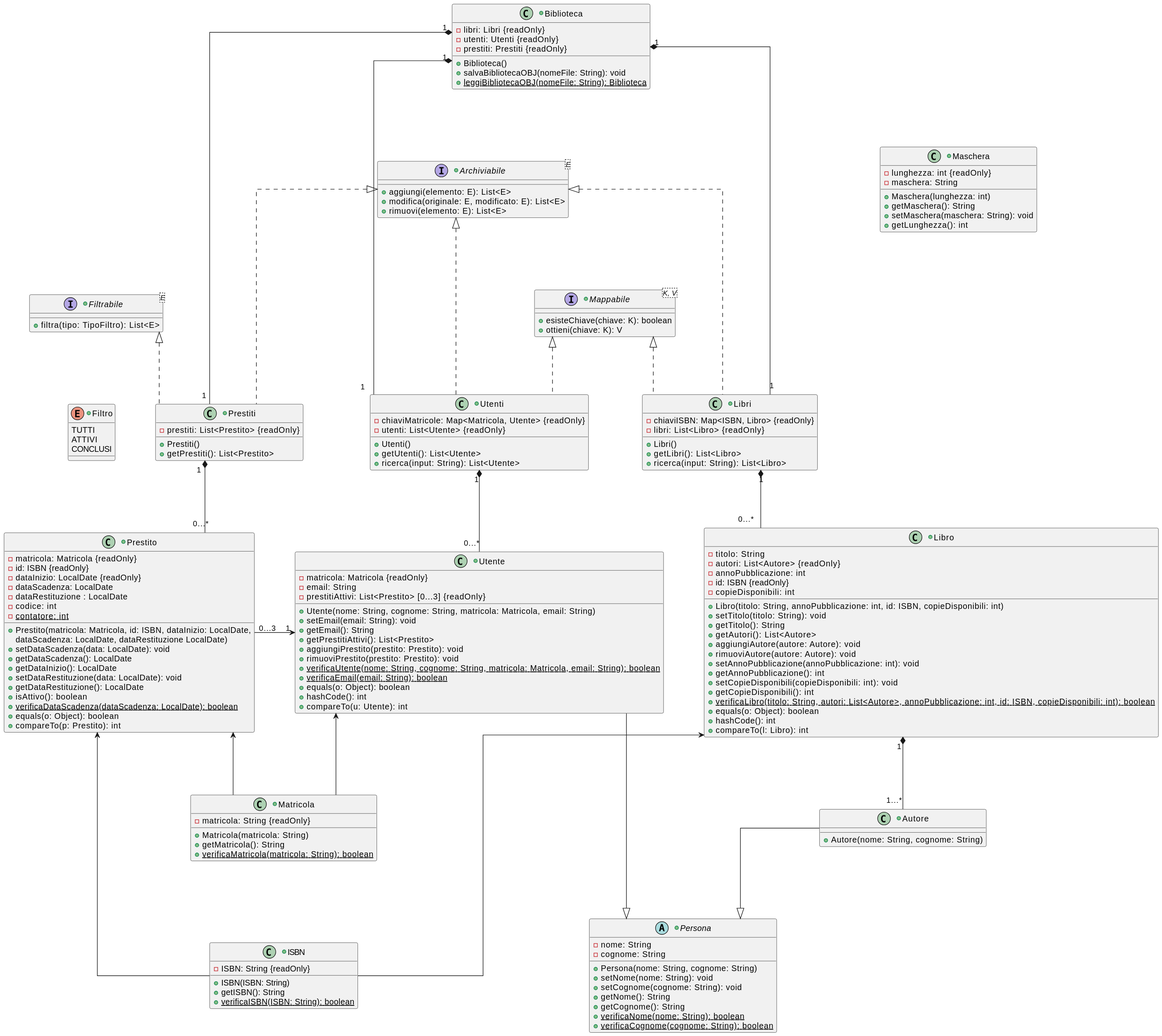
The PlantUML diagram documents/DiagrammiUML/classdiagram.svg in TitanVoid/ProgSE-Biblioteca, before a commit.
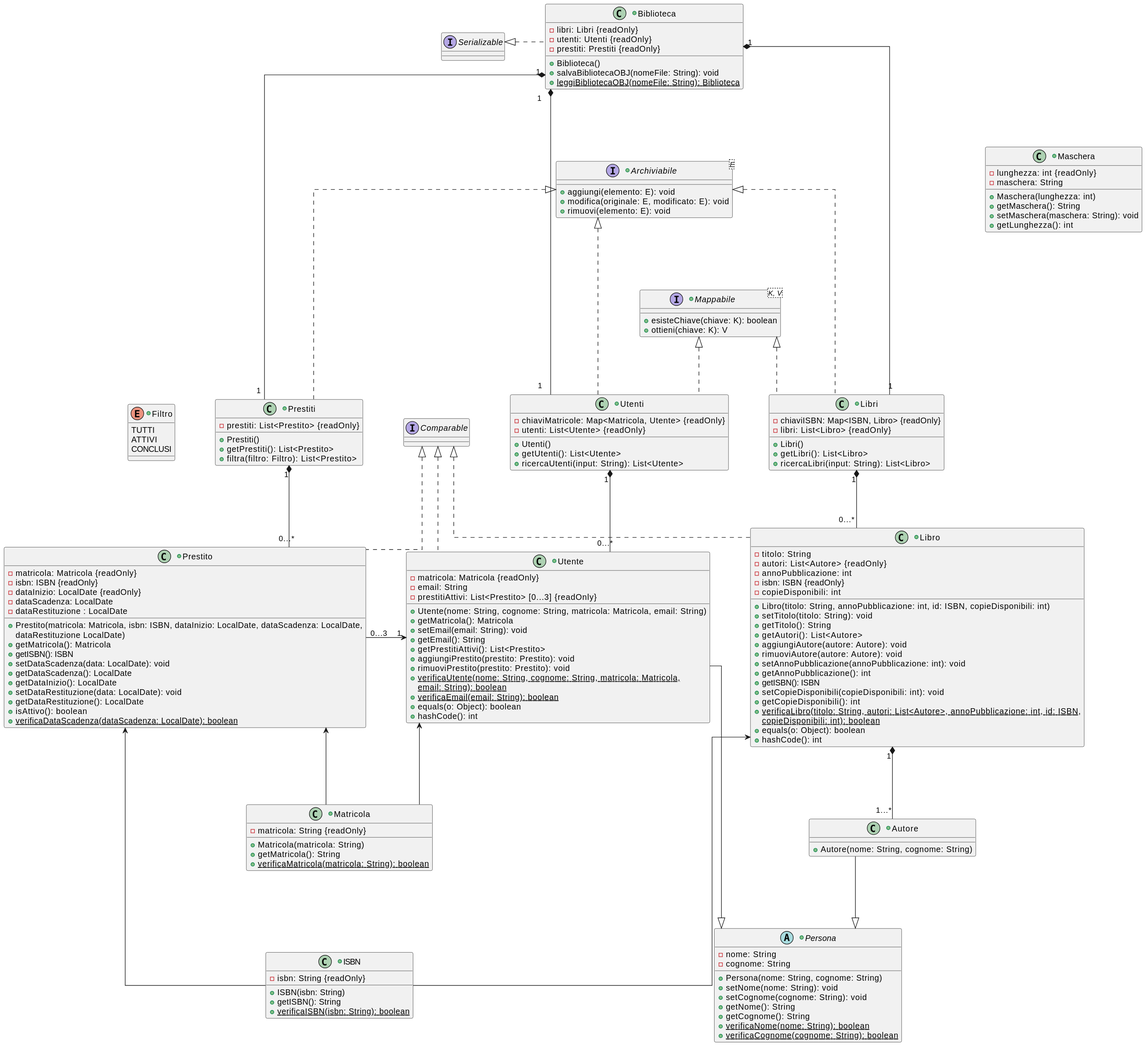
After the change.

Commit message:
Correzione diagramma delle classi

Diff of the diagram source:
```diff
@@ -13,7 +13,7 @@
 }
 
 
-+class Biblioteca {
++class Biblioteca implements Serializable {
 -libri: Libri {readOnly}
 -utenti: Utenti {readOnly}
 -prestiti: Prestiti {readOnly}
@@ -25,9 +25,9 @@
 
 
 +interface Archiviabile<E> {
-+aggiungi(elemento: E): List<E>
-+modifica(originale: E, modificato: E): List<E>
-+rimuovi(elemento: E): List<E>
++aggiungi(elemento: E): void
++modifica(originale: E, modificato: E): void
++rimuovi(elemento: E): void
 }
 
 
@@ -37,7 +37,7 @@
 
 +Utenti()
 +getUtenti(): List<Utente>
-+ricerca(input: String): List<Utente>
++ricercaUtenti(input: String): List<Utente>
 }
 
 
@@ -47,7 +47,7 @@
 
 +Libri()
 +getLibri(): List<Libro>
-+ricerca(input: String): List<Libro>
++ricercaLibri(input: String): List<Libro>
 }
 
 
@@ -56,33 +56,35 @@
 
 +Prestiti()
 +getPrestiti(): List<Prestito>
++filtra(filtro: Filtro): List<Prestito>
 }
 
 
-+class Utente {
++class Utente implements Comparable {
 -matricola: Matricola {readOnly}
 -email: String
 -prestitiAttivi: List<Prestito> [0...3] {readOnly}
 
 +Utente(nome: String, cognome: String, matricola: Matricola, email: String)
++getMatricola(): Matricola
 +setEmail(email: String): void
 +getEmail(): String
 +getPrestitiAttivi(): List<Prestito>
 +aggiungiPrestito(prestito: Prestito): void
 +rimuoviPrestito(prestito: Prestito): void
-+verificaUtente(nome: String, cognome: String, matricola: Matricola, email: String): boolean {static}
++verificaUtente(nome: String, cognome: String, matricola: Matricola, {static}
+email: String): boolean {static}
 +verificaEmail(email: String): boolean {static}
 +equals(o: Object): boolean
 +hashCode(): int
-+compareTo(u: Utente): int
 }
 
 
-+class Libro {
++class Libro implements Comparable {
 -titolo: String
 -autori: List<Autore> {readOnly}
 -annoPubblicazione: int
--id: ISBN {readOnly}
+-isbn: ISBN {readOnly}
 -copieDisponibili: int
 
 +Libro(titolo: String, annoPubblicazione: int, id: ISBN, copieDisponibili: int)
@@ -93,26 +95,27 @@
 +rimuoviAutore(autore: Autore): void
 +setAnnoPubblicazione(annoPubblicazione: int): void
 +getAnnoPubblicazione(): int
++getISBN(): ISBN
 +setCopieDisponibili(copieDisponibili: int): void
 +getCopieDisponibili(): int
-+verificaLibro(titolo: String, autori: List<Autore>, annoPubblicazione: int, id: ISBN, copieDisponibili: int): boolean {static}
++verificaLibro(titolo: String, autori: List<Autore>, annoPubblicazione: int, id: ISBN, {static}
+copieDisponibili: int): boolean {static}
 +equals(o: Object): boolean
 +hashCode(): int
-+compareTo(l: Libro): int
 }
 
 
-+class Prestito {
++class Prestito implements Comparable {
 -matricola: Matricola {readOnly}
--id: ISBN {readOnly}
+-isbn: ISBN {readOnly}
 -dataInizio: LocalDate {readOnly}
 -dataScadenza: LocalDate
 -dataRestituzione : LocalDate
--codice: int
--contatore: int {static}
 
-+Prestito(matricola: Matricola, id: ISBN, dataInizio: LocalDate,
-dataScadenza: LocalDate, dataRestituzione LocalDate)
++Prestito(matricola: Matricola, isbn: ISBN, dataInizio: LocalDate, dataScadenza: LocalDate,
+dataRestituzione LocalDate)
++getMatricola(): Matricola
++getISBN(): ISBN
 +setDataScadenza(data: LocalDate): void
 +getDataScadenza(): LocalDate
 +getDataInizio(): LocalDate
@@ -120,8 +123,6 @@
 +getDataRestituzione(): LocalDate
 +isAttivo(): boolean
 +verificaDataScadenza(dataScadenza: LocalDate): boolean {static}
-+equals(o: Object): boolean
-+compareTo(p: Prestito): int
 }
 
 
@@ -154,11 +155,11 @@
 
 
 +class ISBN {
--ISBN: String {readOnly}
+-isbn: String {readOnly}
 
-+ISBN(ISBN: String)
++ISBN(isbn: String)
 +getISBN(): String
-+verificaISBN(ISBN: String): boolean {static}
++verificaISBN(isbn: String): boolean {static}
 }
 
 
@@ -173,11 +174,6 @@
 }
 
 
-+interface Filtrabile<E> {
-+filtra(tipo: TipoFiltro): List<E>
-}
-
-
 +enum Filtro {
 TUTTI
 ATTIVI
@@ -189,9 +185,11 @@
 
 
 Biblioteca -[hidden]-> Archiviabile
-Biblioteca -[hidden]-> Mappabile
+Biblioteca -[hidden]> Serializable
+
 
 Archiviabile -[hidden]> Mappabile
+
 
 Mappabile -[hidden]-> Libri
 Mappabile -[hidden]-> Utenti
@@ -205,6 +203,7 @@
 Matricola -[hidden]-> ISBN
 
 Biblioteca --[hidden]> Maschera
+
 
 
 
@@ -238,7 +237,5 @@
 Archiviabile <|... Utenti
 Archiviabile <|... Libri
 
-Prestiti .up.|> Filtrabile
-
-Filtrabile -[hidden]-> Filtro
+Filtro -[hidden]> Prestiti
 @enduml
```
